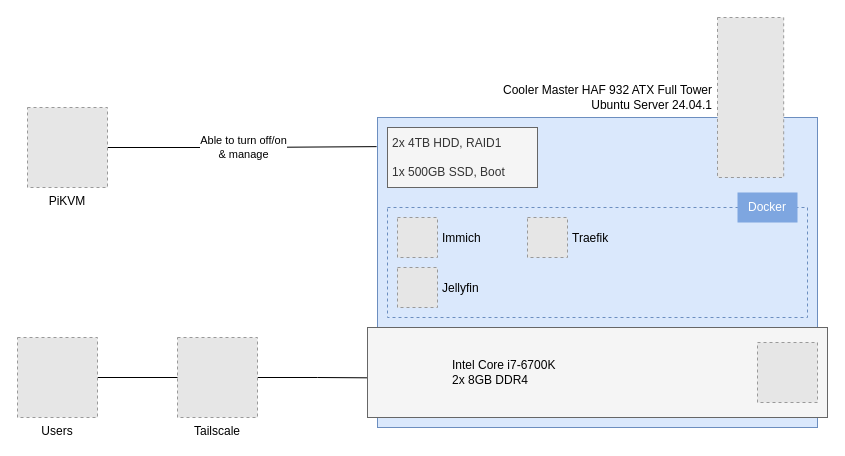
The draw.io diagram arch/homelab.drawio in schang1146/homelab, before the edit. Source tidied: cells renumbered, new cells numbered last; positions are measured from the earlier drawing's top-left corner, leaving out a move shared by most shapes. Both pictures are drawn from the tidied source at 100%, with x=0, y=0 at pixel (17, 17). Pictures stored in the file or linked from it are replaced by grey dashed boxes.
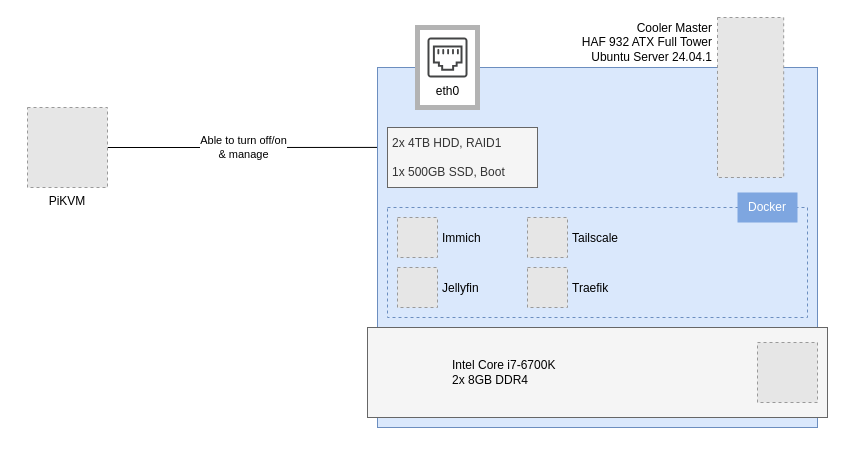
The same page after the edit.

Commit message:
add eth0 and move tailscale icon

The change refers to these unchanged cells:
```xml
<mxCell id="4" value="PiKVM" style="fillColor=#E6E6E6;strokeColor=#999999;dashed=1;verticalLabelPosition=bottom;labelBackgroundColor=default;verticalAlign=top;fontFamily=Fira Code;" parent="1" vertex="1">
  <mxGeometry x="10" y="90" width="80" height="80" as="geometry" />
</mxCell>
```

The edit, as a diff of the source:
```diff
@@
-    <mxCell id="2" style="edgeStyle=orthogonalEdgeStyle;rounded=0;jettySize=auto;html=1;entryX=-0.002;entryY=0.094;entryDx=0;entryDy=0;entryPerimeter=0;endArrow=none;endFill=0;" parent="1" edge="1" source="4" target="9">
+    <mxCell id="2" style="edgeStyle=orthogonalEdgeStyle;rounded=0;jettySize=auto;html=1;entryX=0;entryY=0.222;entryDx=0;entryDy=0;entryPerimeter=0;endArrow=none;endFill=0;" parent="1" edge="1" source="4" target="9">
       <mxGeometry relative="1" as="geometry" />
     </mxCell>
@@
-    <mxCell id="5" style="edgeStyle=orthogonalEdgeStyle;rounded=0;jettySize=auto;html=1;entryX=0.001;entryY=0.84;entryDx=0;entryDy=0;entryPerimeter=0;endArrow=none;endFill=0;" parent="1" edge="1" source="6" target="9">
-      <mxGeometry relative="1" as="geometry" />
-    </mxCell>
-    <mxCell id="6" value="Tailscale" style="fillColor=#E6E6E6;strokeColor=#999999;dashed=1;verticalLabelPosition=bottom;labelBackgroundColor=default;verticalAlign=top;fontFamily=Fira Code;" parent="1" vertex="1">
-      <mxGeometry x="160" y="320" width="80" height="80" as="geometry" />
-    </mxCell>
-    <mxCell id="7" style="edgeStyle=orthogonalEdgeStyle;rounded=0;jettySize=auto;html=1;entryX=0;entryY=0.5;entryDx=0;entryDy=0;endArrow=none;endFill=0;" parent="1" edge="1" source="8" target="6">
-      <mxGeometry relative="1" as="geometry" />
-    </mxCell>
-    <mxCell id="8" value="Users" style="fillColor=#E6E6E6;strokeColor=#999999;dashed=1;verticalLabelPosition=bottom;labelBackgroundColor=default;verticalAlign=top;fontFamily=Fira Code;" parent="1" vertex="1">
-      <mxGeometry y="320" width="80" height="80" as="geometry" />
-    </mxCell>
     <mxCell id="9" style="rounded=0;whiteSpace=wrap;html=1;fillColor=#dae8fc;strokeColor=#6c8ebf;" parent="1" vertex="1">
-      <mxGeometry x="360" y="100" width="440" height="310" as="geometry" />
+      <mxGeometry x="360" y="50" width="440" height="360" as="geometry" />
     </mxCell>
@@
-    <mxCell id="11" value="&lt;div align=&quot;right&quot;&gt;Cooler Master HAF 932 ATX Full Tower&lt;/div&gt;&lt;div align=&quot;right&quot;&gt;Ubuntu Server 24.04.1&lt;br&gt;&lt;/div&gt;" style="text;html=1;align=right;verticalAlign=middle;whiteSpace=wrap;rounded=0;fontFamily=Fira Code;spacing=5;" parent="1" vertex="1">
-      <mxGeometry x="410" y="65" width="290" height="30" as="geometry" />
+    <mxCell id="11" value="&lt;div align=&quot;right&quot;&gt;Cooler Master&lt;/div&gt;&lt;div align=&quot;right&quot;&gt;HAF 932 ATX Full Tower&lt;/div&gt;&lt;div align=&quot;right&quot;&gt;Ubuntu Server 24.04.1&lt;br&gt;&lt;/div&gt;" style="text;html=1;align=right;verticalAlign=middle;whiteSpace=wrap;rounded=0;fontFamily=Fira Code;spacing=5;" parent="1" vertex="1">
+      <mxGeometry x="410" width="290" height="50" as="geometry" />
     </mxCell>
@@
     <mxCell id="20" value="Traefik" style="fillColor=#E6E6E6;strokeColor=#999999;dashed=1;verticalLabelPosition=middle;labelBackgroundColor=none;verticalAlign=middle;fontFamily=Fira Code;spacing=5;labelPosition=right;align=left;" parent="1" vertex="1">
-      <mxGeometry x="510" y="200" width="40" height="40" as="geometry" />
+      <mxGeometry x="510" y="250" width="40" height="40" as="geometry" />
     </mxCell>
+    <mxCell id="21" style="group;" parent="1" vertex="1">
+      <mxGeometry x="400" y="10" width="60" height="80" as="geometry" />
+    </mxCell>
+    <mxCell id="22" style="rounded=0;whiteSpace=wrap;html=1;strokeColor=#B3B3B3;strokeWidth=5;" parent="21" vertex="1">
+      <mxGeometry width="60" height="80" as="geometry" />
+    </mxCell>
+    <mxCell id="23" value="&lt;font face=&quot;Fira Code&quot;&gt;eth0&lt;/font&gt;" style="sketch=0;shadow=0;dashed=0;html=1;strokeColor=none;fillColor=#434445;labelPosition=center;verticalLabelPosition=bottom;verticalAlign=top;align=center;shape=mxgraph.vvd.ethernet_port;" parent="21" vertex="1">
+      <mxGeometry x="10" y="10" width="40" height="40" as="geometry" />
+    </mxCell>
+    <mxCell id="6" value="Tailscale" style="fillColor=#E6E6E6;strokeColor=#999999;dashed=1;verticalLabelPosition=middle;labelBackgroundColor=none;verticalAlign=middle;fontFamily=Fira Code;spacing=5;labelPosition=right;align=left;" parent="1" vertex="1">
+      <mxGeometry x="510" y="200" width="40" height="40" as="geometry" />
+    </mxCell>
```
